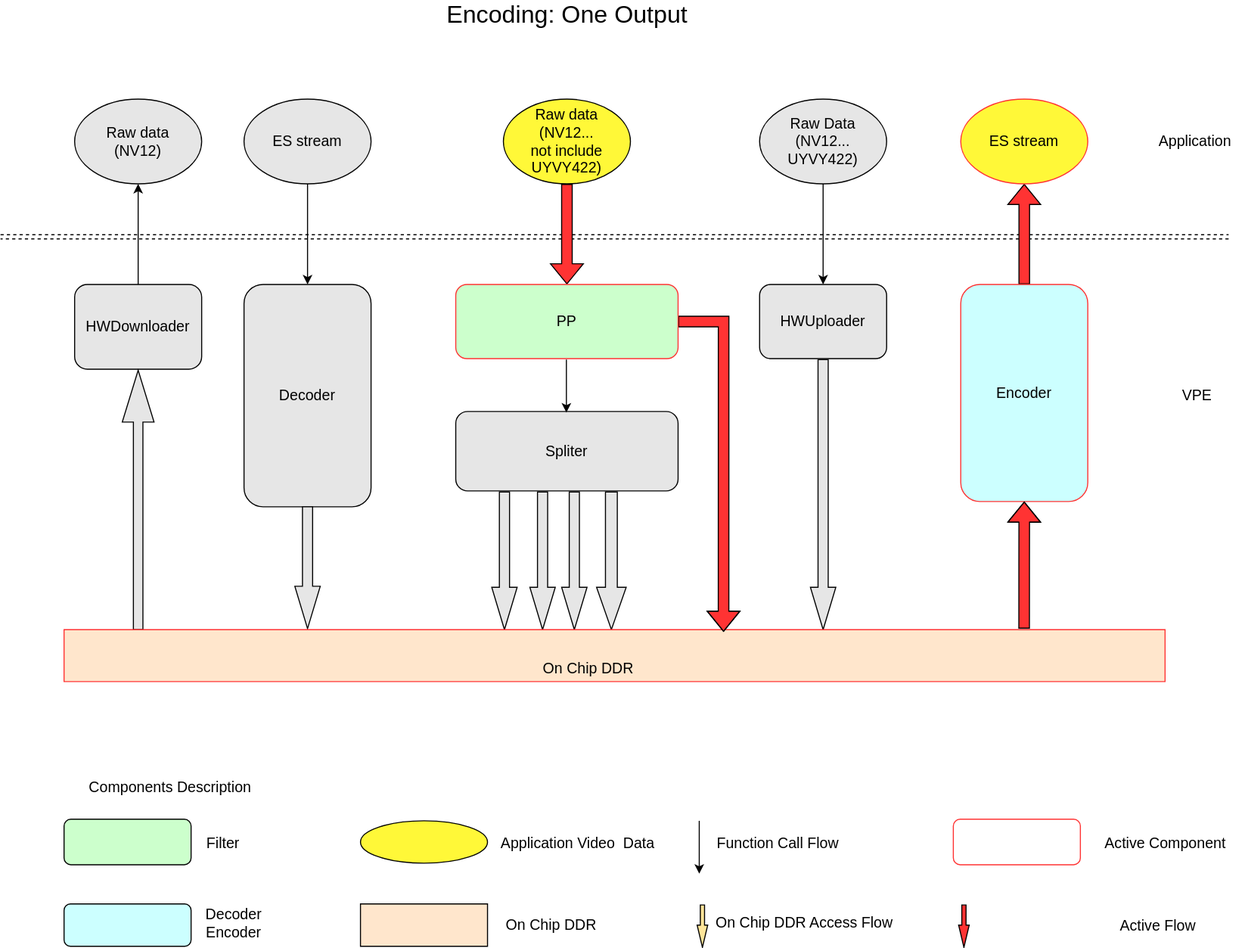
Before: doc/encoding_one_output.svg, a diagram exported from draw.io (VeriSilicon/vpe). Source tidied: cells renumbered, new cells last; positions are measured from the earlier drawing's top-left corner, leaving out a move shared by most shapes.
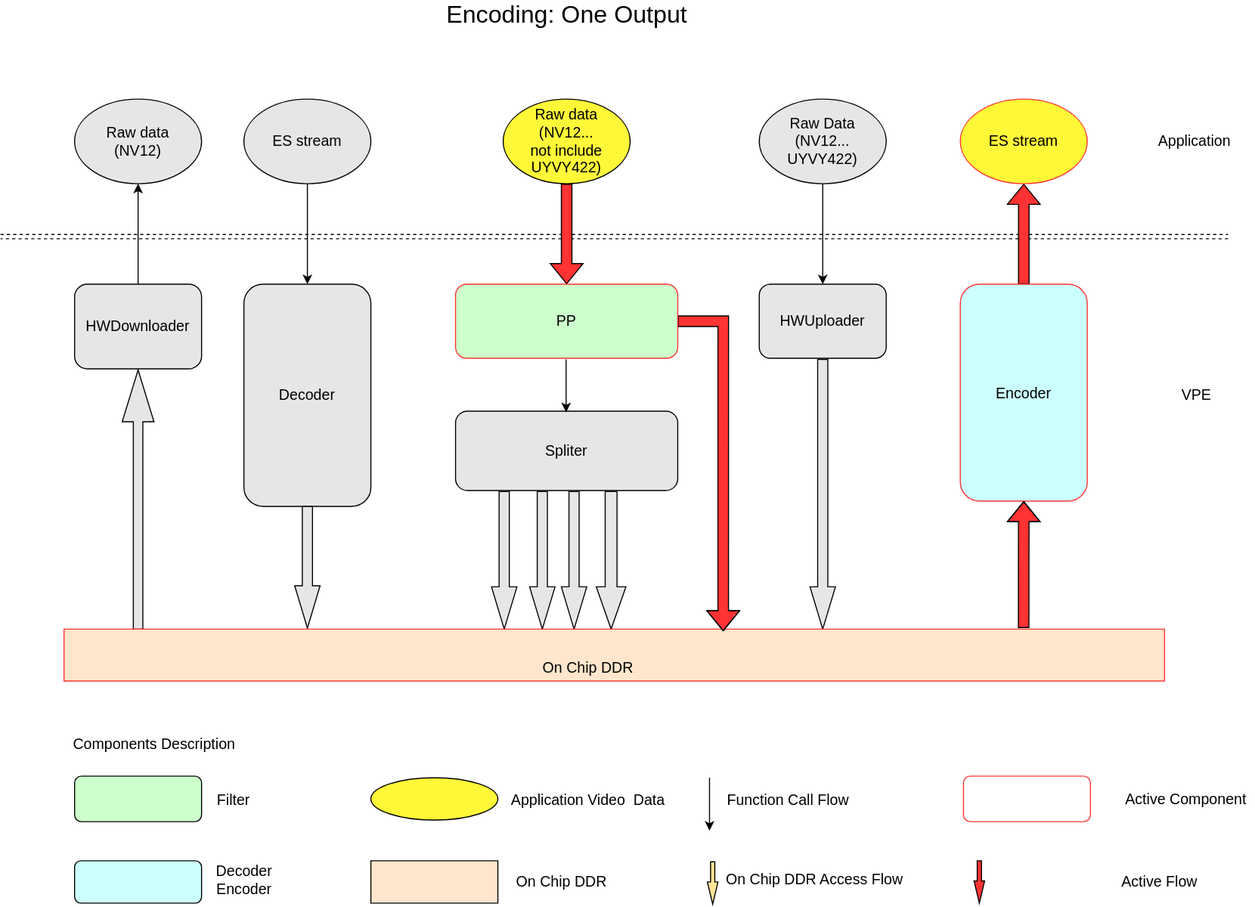
Above is the later version.

Diff of the diagram source:
```diff
@@ -90,83 +90,86 @@
     <mxCell id="28" value="&lt;font style=&quot;font-size: 23px&quot;&gt;Encoding: One Output&lt;/font&gt;" style="text;html=1;align=center;verticalAlign=middle;fillColor=none;strokeColor=none;rounded=0;" parent="1" vertex="1">
       <mxGeometry x="415" width="240" height="20" as="geometry" />
     </mxCell>
-    <mxCell id="29" style="group;fontSize=14;" parent="1" vertex="1">
-      <mxGeometry x="60" y="770" width="789" height="121" as="geometry" />
-    </mxCell>
+    <mxCell id="43" style="edgeStyle=orthogonalEdgeStyle;shape=flexArrow;rounded=0;jettySize=auto;html=1;exitX=1;exitY=0.5;exitDx=0;exitDy=0;entryX=0.599;entryY=0.041;entryDx=0;entryDy=0;entryPerimeter=0;fillColor=#FF3333;fontSize=14;" parent="1" edge="1" source="44" target="24">
+      <mxGeometry relative="1" as="geometry" />
+    </mxCell>
+    <mxCell id="44" value="PP" style="rounded=1;whiteSpace=wrap;html=1;fillColor=#CCFFCC;strokeColor=#FF3333;fontSize=14;" parent="1" vertex="1">
+      <mxGeometry x="430" y="265" width="210" height="70" as="geometry" />
+    </mxCell>
+    <mxCell id="45" value="Spliter" style="rounded=1;whiteSpace=wrap;html=1;fillColor=#E6E6E6;strokeColor=#000000;fontSize=14;" parent="1" vertex="1">
+      <mxGeometry x="430" y="385" width="210" height="75" as="geometry" />
+    </mxCell>
+    <mxCell id="46" style="edgeStyle=orthogonalEdgeStyle;rounded=0;orthogonalLoop=1;jettySize=auto;html=1;exitX=0.25;exitY=1;exitDx=0;exitDy=0;entryX=0.25;entryY=0;entryDx=0;entryDy=0;fillColor=#FF6666;fontSize=14;" parent="1" edge="1">
+      <mxGeometry x="-37" y="415" as="geometry">
+        <mxPoint x="534.5" y="336" as="sourcePoint" />
+        <mxPoint x="534.5" y="386" as="targetPoint" />
+      </mxGeometry>
+    </mxCell>
+    <mxCell id="51" value="Raw Data&lt;br style=&quot;font-size: 14px;&quot;&gt;(&lt;span style=&quot;font-size: 14px;&quot;&gt;NV12...&lt;/span&gt;&lt;br style=&quot;font-size: 14px;&quot;&gt;UYVY422)" style="ellipse;whiteSpace=wrap;html=1;fillColor=#E6E6E6;fontSize=14;" parent="1" vertex="1">
+      <mxGeometry x="717" y="90" width="120" height="80" as="geometry" />
+    </mxCell>
+    <mxCell id="52" value="&lt;font style=&quot;font-size: 14px;&quot;&gt;Raw data&lt;br style=&quot;font-size: 14px;&quot;&gt;(NV12...&lt;br style=&quot;font-size: 14px;&quot;&gt;&lt;span style=&quot;font-size: 14px;&quot;&gt;not include UYVY422&lt;/span&gt;)&lt;/font&gt;" style="ellipse;whiteSpace=wrap;html=1;fillColor=#FFF838;fontSize=14;" parent="1" vertex="1">
+      <mxGeometry x="475" y="90" width="120" height="80" as="geometry" />
+    </mxCell>
+    <mxCell id="53" style="group;" parent="1" vertex="1">
+      <mxGeometry x="60" y="690" width="1125" height="163" as="geometry" />
+    </mxCell>
+    <mxCell id="54" style="group;fontSize=14;" parent="53" vertex="1">
+      <mxGeometry x="10" y="40" width="809" height="123" as="geometry" />
+    </mxCell>
-    <mxCell id="30" style="rounded=1;whiteSpace=wrap;html=1;fillColor=#CCFFCC;fontSize=14;" parent="29" vertex="1">
+    <mxCell id="30" style="rounded=1;whiteSpace=wrap;html=1;fillColor=#CCFFCC;fontSize=14;" parent="54" vertex="1">
       <mxGeometry width="120" height="43" as="geometry" />
     </mxCell>
-    <mxCell id="31" style="rounded=1;whiteSpace=wrap;html=1;fillColor=#CCFFFF;fontSize=14;" parent="29" vertex="1">
+    <mxCell id="31" style="rounded=1;whiteSpace=wrap;html=1;fillColor=#CCFFFF;fontSize=14;" parent="54" vertex="1">
       <mxGeometry y="80" width="120" height="40" as="geometry" />
     </mxCell>
-    <mxCell id="32" style="ellipse;whiteSpace=wrap;html=1;fillColor=#FFF838;fontSize=14;" parent="29" vertex="1">
+    <mxCell id="32" style="ellipse;whiteSpace=wrap;html=1;fillColor=#FFF838;fontSize=14;" parent="54" vertex="1">
       <mxGeometry x="280" y="1.5" width="120" height="40" as="geometry" />
     </mxCell>
-    <mxCell id="33" style="html=1;shadow=0;dashed=0;align=center;verticalAlign=middle;shape=mxgraph.arrows2.arrow;dy=0.6;dx=21;direction=south;notch=0;fillColor=#FFE599;fontSize=14;" parent="29" vertex="1">
+    <mxCell id="33" style="html=1;shadow=0;dashed=0;align=center;verticalAlign=middle;shape=mxgraph.arrows2.arrow;dy=0.6;dx=21;direction=south;notch=0;fillColor=#FFE599;fontSize=14;" parent="54" vertex="1">
       <mxGeometry x="598" y="81" width="10" height="40" as="geometry" />
     </mxCell>
-    <mxCell id="34" style="edgeStyle=orthogonalEdgeStyle;rounded=0;orthogonalLoop=1;jettySize=auto;html=1;exitX=0.5;exitY=1;exitDx=0;exitDy=0;fontSize=14;" parent="29" edge="1">
-      <mxGeometry relative="1" as="geometry">
-        <mxPoint x="600" y="1.5" as="sourcePoint" />
-        <mxPoint x="600" y="51.5" as="targetPoint" />
-      </mxGeometry>
-    </mxCell>
+    <mxCell id="55" style="edgeStyle=orthogonalEdgeStyle;rounded=0;orthogonalLoop=1;jettySize=auto;html=1;exitX=0.5;exitY=1;exitDx=0;exitDy=0;fontSize=14;" parent="54" edge="1">
+      <mxGeometry relative="1" as="geometry">
+        <mxPoint x="600" y="1.5" as="sourcePoint" />
+        <mxPoint x="600" y="51.5" as="targetPoint" />
+      </mxGeometry>
+    </mxCell>
-    <mxCell id="35" style="verticalLabelPosition=bottom;verticalAlign=top;html=1;shape=mxgraph.basic.rect;fillColor2=none;strokeWidth=1;size=20;indent=5;fillColor=#FFE6CC;fontSize=14;" parent="29" vertex="1">
+    <mxCell id="35" style="verticalLabelPosition=bottom;verticalAlign=top;html=1;shape=mxgraph.basic.rect;fillColor2=none;strokeWidth=1;size=20;indent=5;fillColor=#FFE6CC;fontSize=14;" parent="54" vertex="1">
       <mxGeometry x="280" y="80" width="120" height="40" as="geometry" />
     </mxCell>
-    <mxCell id="36" value="Filter" style="text;html=1;align=center;verticalAlign=middle;fillColor=none;strokeColor=none;rounded=0;fontSize=14;" parent="29" vertex="1">
+    <mxCell id="36" value="Filter" style="text;html=1;align=center;verticalAlign=middle;fillColor=none;strokeColor=none;rounded=0;fontSize=14;" parent="54" vertex="1">
       <mxGeometry x="125" y="13" width="50" height="20" as="geometry" />
     </mxCell>
-    <mxCell id="37" value="Decoder&lt;br style=&quot;font-size: 14px;&quot;&gt;Encoder" style="text;html=1;align=center;verticalAlign=middle;fillColor=none;strokeColor=none;rounded=0;fontSize=14;" parent="29" vertex="1">
+    <mxCell id="37" value="Decoder&lt;br style=&quot;font-size: 14px;&quot;&gt;Encoder" style="text;html=1;align=center;verticalAlign=middle;fillColor=none;strokeColor=none;rounded=0;fontSize=14;" parent="54" vertex="1">
       <mxGeometry x="125" y="78" width="70" height="40" as="geometry" />
     </mxCell>
-    <mxCell id="38" value="Application Video&amp;nbsp; Data" style="text;html=1;align=center;verticalAlign=middle;fillColor=none;strokeColor=none;rounded=0;fontSize=14;" parent="29" vertex="1">
+    <mxCell id="38" value="Application Video&amp;nbsp; Data" style="text;html=1;align=center;verticalAlign=middle;fillColor=none;strokeColor=none;rounded=0;fontSize=14;" parent="54" vertex="1">
       <mxGeometry x="405" y="13" width="160" height="20" as="geometry" />
     </mxCell>
-    <mxCell id="39" value="On Chip DDR" style="text;html=1;align=center;verticalAlign=middle;fillColor=none;strokeColor=none;rounded=0;fontSize=14;" parent="29" vertex="1">
+    <mxCell id="39" value="On Chip DDR" style="text;html=1;align=center;verticalAlign=middle;fillColor=none;strokeColor=none;rounded=0;fontSize=14;" parent="54" vertex="1">
       <mxGeometry x="410" y="90" width="100" height="20" as="geometry" />
     </mxCell>
-    <mxCell id="40" value="Function Call Flow" style="text;html=1;align=center;verticalAlign=middle;fillColor=none;strokeColor=none;rounded=0;fontSize=14;" parent="29" vertex="1">
+    <mxCell id="40" value="Function Call Flow" style="text;html=1;align=center;verticalAlign=middle;fillColor=none;strokeColor=none;rounded=0;fontSize=14;" parent="54" vertex="1">
       <mxGeometry x="609" y="13" width="130" height="20" as="geometry" />
     </mxCell>
-    <mxCell id="41" value="On Chip DDR Access Flow" style="text;html=1;align=center;verticalAlign=middle;fillColor=none;strokeColor=none;rounded=0;fontSize=14;" parent="29" vertex="1">
+    <mxCell id="41" value="On Chip DDR Access Flow" style="text;html=1;align=center;verticalAlign=middle;fillColor=none;strokeColor=none;rounded=0;fontSize=14;" parent="54" vertex="1">
       <mxGeometry x="609" y="88" width="180" height="20" as="geometry" />
     </mxCell>
-    <mxCell id="42" value="&lt;font style=&quot;font-size: 14px;&quot;&gt;Components Description&lt;/font&gt;" style="text;html=1;align=center;verticalAlign=middle;fillColor=none;strokeColor=none;rounded=0;fontSize=14;" parent="1" vertex="1">
-      <mxGeometry x="75" y="730" width="170" height="20" as="geometry" />
+    <mxCell id="42" value="&lt;font style=&quot;font-size: 14px;&quot;&gt;Components Description&lt;/font&gt;" style="text;html=1;align=center;verticalAlign=middle;fillColor=none;strokeColor=none;rounded=0;fontSize=14;" parent="53" vertex="1">
+      <mxGeometry width="170" height="20" as="geometry" />
     </mxCell>
-    <mxCell id="43" style="edgeStyle=orthogonalEdgeStyle;shape=flexArrow;rounded=0;jettySize=auto;html=1;exitX=1;exitY=0.5;exitDx=0;exitDy=0;entryX=0.599;entryY=0.041;entryDx=0;entryDy=0;entryPerimeter=0;fillColor=#FF3333;fontSize=14;" parent="1" edge="1" source="44" target="24">
-      <mxGeometry relative="1" as="geometry" />
-    </mxCell>
-    <mxCell id="44" value="PP" style="rounded=1;whiteSpace=wrap;html=1;fillColor=#CCFFCC;strokeColor=#FF3333;fontSize=14;" parent="1" vertex="1">
-      <mxGeometry x="430" y="265" width="210" height="70" as="geometry" />
-    </mxCell>
-    <mxCell id="45" value="Spliter" style="rounded=1;whiteSpace=wrap;html=1;fillColor=#E6E6E6;strokeColor=#000000;fontSize=14;" parent="1" vertex="1">
-      <mxGeometry x="430" y="385" width="210" height="75" as="geometry" />
-    </mxCell>
-    <mxCell id="46" style="edgeStyle=orthogonalEdgeStyle;rounded=0;orthogonalLoop=1;jettySize=auto;html=1;exitX=0.25;exitY=1;exitDx=0;exitDy=0;entryX=0.25;entryY=0;entryDx=0;entryDy=0;fillColor=#FF6666;fontSize=14;" parent="1" edge="1">
-      <mxGeometry x="-37" y="415" as="geometry">
-        <mxPoint x="534.5" y="336" as="sourcePoint" />
-        <mxPoint x="534.5" y="386" as="targetPoint" />
-      </mxGeometry>
-    </mxCell>
-    <mxCell id="47" style="rounded=1;whiteSpace=wrap;html=1;fillColor=#FFFFFF;strokeColor=#FF3333;fontSize=14;" parent="1" vertex="1">
-      <mxGeometry x="900" y="770" width="120" height="43" as="geometry" />
-    </mxCell>
+    <mxCell id="56" style="rounded=1;whiteSpace=wrap;html=1;fillColor=#FFFFFF;strokeColor=#FF3333;fontSize=14;" parent="53" vertex="1">
+      <mxGeometry x="850" y="40" width="120" height="43" as="geometry" />
+    </mxCell>
-    <mxCell id="48" value="Active Component" style="text;html=1;align=center;verticalAlign=middle;fillColor=none;strokeColor=none;rounded=0;fontSize=14;" parent="1" vertex="1">
-      <mxGeometry x="1035" y="783" width="130" height="20" as="geometry" />
+    <mxCell id="48" value="Active Component" style="text;html=1;align=center;verticalAlign=middle;fillColor=none;strokeColor=none;rounded=0;fontSize=14;" parent="53" vertex="1">
+      <mxGeometry x="995" y="51.5" width="130" height="20" as="geometry" />
     </mxCell>
-    <mxCell id="49" style="html=1;shadow=0;dashed=0;align=center;verticalAlign=middle;shape=mxgraph.arrows2.arrow;dy=0.6;dx=21;direction=south;notch=0;fillColor=#FF3333;fontSize=14;" parent="1" vertex="1">
-      <mxGeometry x="905" y="851" width="10" height="40" as="geometry" />
-    </mxCell>
+    <mxCell id="57" style="html=1;shadow=0;dashed=0;align=center;verticalAlign=middle;shape=mxgraph.arrows2.arrow;dy=0.6;dx=21;direction=south;notch=0;fillColor=#FF3333;fontSize=14;" parent="53" vertex="1">
+      <mxGeometry x="860" y="120" width="10" height="40" as="geometry" />
+    </mxCell>
-    <mxCell id="50" value="Active Flow" style="text;html=1;align=center;verticalAlign=middle;fillColor=none;strokeColor=none;rounded=0;fontSize=14;" parent="1" vertex="1">
-      <mxGeometry x="1048" y="861" width="90" height="20" as="geometry" />
+    <mxCell id="50" value="Active Flow" style="text;html=1;align=center;verticalAlign=middle;fillColor=none;strokeColor=none;rounded=0;fontSize=14;" parent="53" vertex="1">
+      <mxGeometry x="990" y="130" width="90" height="20" as="geometry" />
     </mxCell>
-    <mxCell id="51" value="Raw Data&lt;br style=&quot;font-size: 14px;&quot;&gt;(&lt;span style=&quot;font-size: 14px;&quot;&gt;NV12...&lt;/span&gt;&lt;br style=&quot;font-size: 14px;&quot;&gt;UYVY422)" style="ellipse;whiteSpace=wrap;html=1;fillColor=#E6E6E6;fontSize=14;" parent="1" vertex="1">
-      <mxGeometry x="717" y="90" width="120" height="80" as="geometry" />
-    </mxCell>
-    <mxCell id="52" value="&lt;font style=&quot;font-size: 14px;&quot;&gt;Raw data&lt;br style=&quot;font-size: 14px;&quot;&gt;(NV12...&lt;br style=&quot;font-size: 14px;&quot;&gt;&lt;span style=&quot;font-size: 14px;&quot;&gt;not include UYVY422&lt;/span&gt;)&lt;/font&gt;" style="ellipse;whiteSpace=wrap;html=1;fillColor=#FFF838;fontSize=14;" parent="1" vertex="1">
-      <mxGeometry x="475" y="90" width="120" height="80" as="geometry" />
-    </mxCell>
   </root>
 </mxGraphModel>
```
